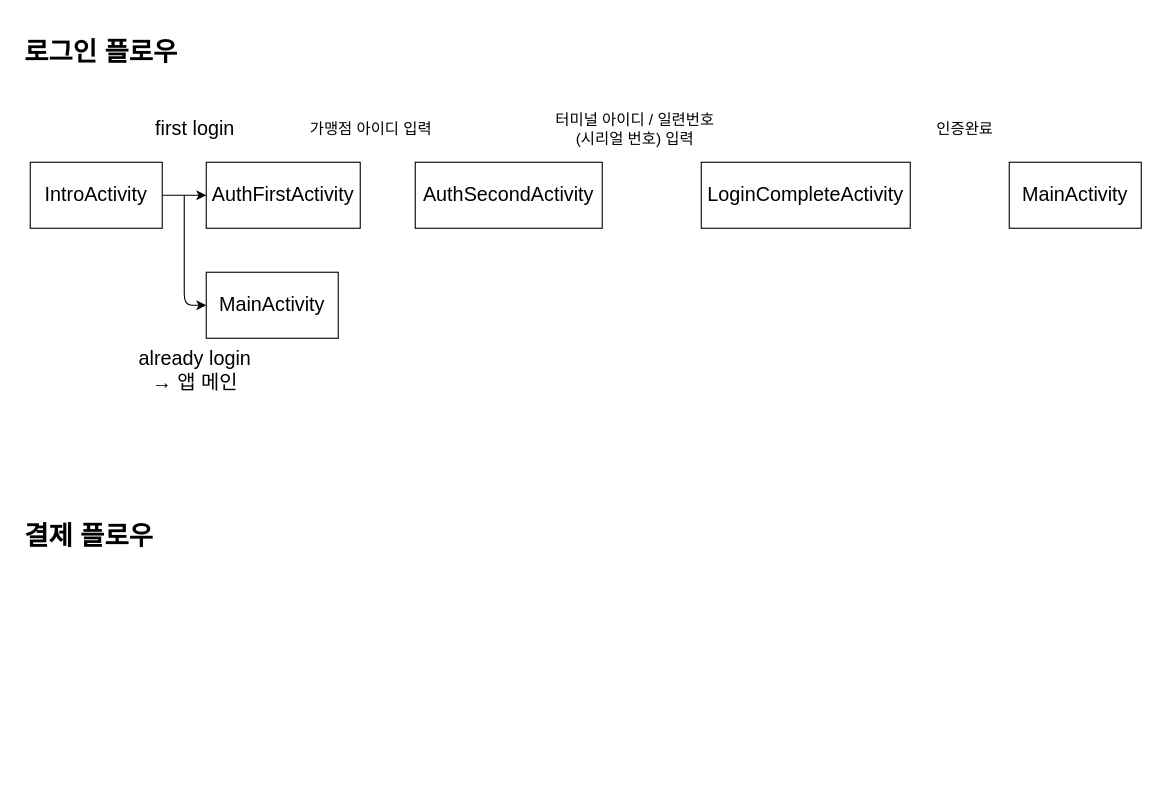
Earlier version of the draw.io diagram Draw/flow.drawio (alsoscope/TIL). Source tidied: cells renumbered, new cells numbered last; positions are measured from the earlier drawing's top-left corner, leaving out a move shared by most shapes. Both pictures are drawn from the tidied source at 110%, with x=0, y=0 at pixel (19, 30).
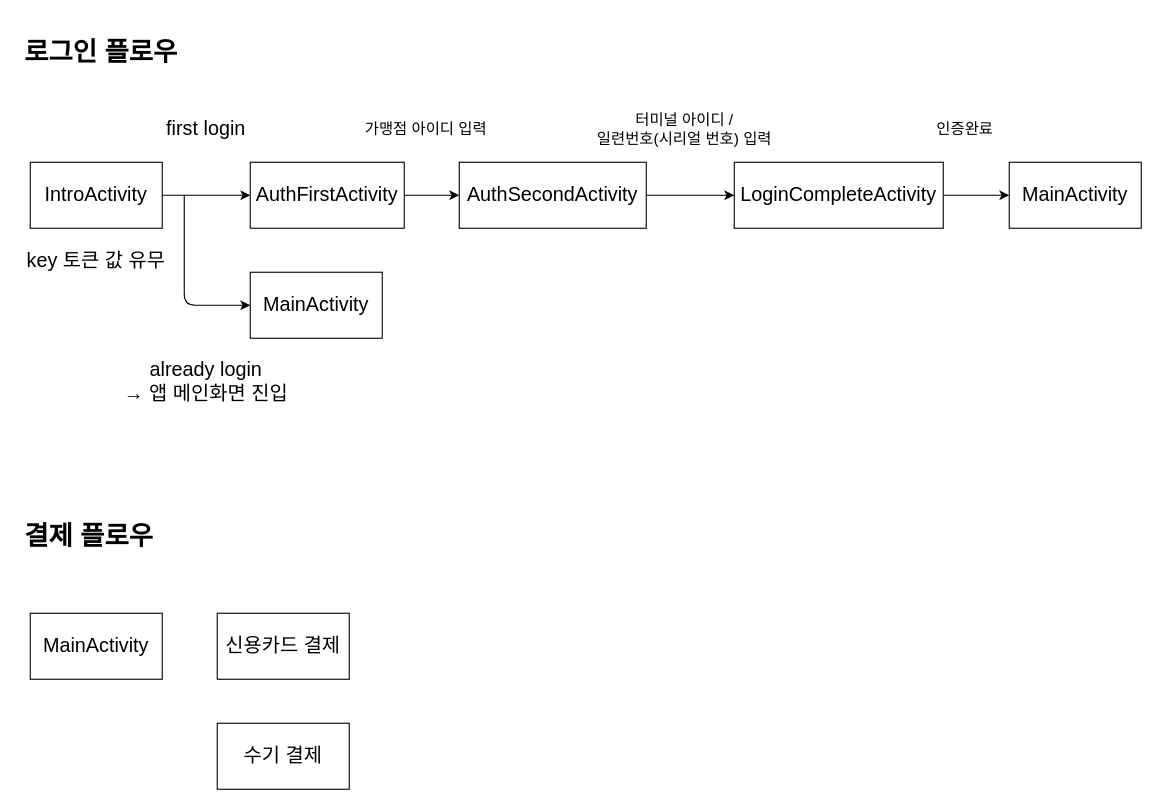
After the change.

Unchanged cells that the change refers to:
```xml
<mxCell id="16" value="&lt;font style=&quot;font-size: 18px&quot;&gt;MainActivity&lt;/font&gt;" style="rounded=0;whiteSpace=wrap;html=1;" parent="1" vertex="1">
  <mxGeometry x="900" y="120" width="120" height="60" as="geometry" />
</mxCell>
```

Change to the diagram source:
```diff
@@
+    <mxCell id="17" style="edgeStyle=orthogonalEdgeStyle;rounded=0;jettySize=auto;html=1;" parent="1" edge="1" source="4" target="11">
+      <mxGeometry relative="1" as="geometry" />
+    </mxCell>
     <mxCell id="4" value="&lt;font style=&quot;font-size: 18px&quot;&gt;AuthFirstActivity&lt;/font&gt;" style="rounded=0;whiteSpace=wrap;html=1;" parent="1" vertex="1">
-      <mxGeometry x="170" y="120" width="140" height="60" as="geometry" />
+      <mxGeometry x="210" y="120" width="140" height="60" as="geometry" />
     </mxCell>
     <mxCell id="5" value="&lt;font style=&quot;font-size: 18px&quot;&gt;MainActivity&lt;/font&gt;" style="rounded=0;whiteSpace=wrap;html=1;" parent="1" vertex="1">
-      <mxGeometry x="170" y="220" width="120" height="60" as="geometry" />
+      <mxGeometry x="210" y="220" width="120" height="60" as="geometry" />
     </mxCell>
@@
     <mxCell id="8" value="&lt;span style=&quot;font-size: 18px&quot;&gt;first login&lt;/span&gt;" style="text;html=1;strokeColor=none;fillColor=none;align=center;verticalAlign=middle;whiteSpace=wrap;rounded=0;" parent="1" vertex="1">
-      <mxGeometry x="90" y="70" width="140" height="40" as="geometry" />
+      <mxGeometry x="100" y="70" width="140" height="40" as="geometry" />
     </mxCell>
@@
-    <mxCell id="10" value="&lt;span style=&quot;font-size: 18px&quot;&gt;already login&lt;br&gt;→ 앱 메인&lt;br&gt;&lt;/span&gt;" style="text;html=1;strokeColor=none;fillColor=none;align=center;verticalAlign=middle;whiteSpace=wrap;rounded=0;" parent="1" vertex="1">
-      <mxGeometry x="90" y="290" width="140" height="40" as="geometry" />
+    <mxCell id="10" value="&lt;span style=&quot;font-size: 18px&quot;&gt;already login&lt;br&gt;→ 앱 메인화면 진입&lt;br&gt;&lt;/span&gt;" style="text;html=1;strokeColor=none;fillColor=none;align=center;verticalAlign=middle;whiteSpace=wrap;rounded=0;" parent="1" vertex="1">
+      <mxGeometry x="80" y="300" width="180" height="40" as="geometry" />
     </mxCell>
+    <mxCell id="18" style="edgeStyle=orthogonalEdgeStyle;rounded=0;jettySize=auto;html=1;" parent="1" edge="1" source="11" target="14">
+      <mxGeometry relative="1" as="geometry" />
+    </mxCell>
     <mxCell id="11" value="&lt;font style=&quot;font-size: 18px&quot;&gt;AuthSecondActivity&lt;/font&gt;" style="rounded=0;whiteSpace=wrap;html=1;" parent="1" vertex="1">
-      <mxGeometry x="360" y="120" width="170" height="60" as="geometry" />
+      <mxGeometry x="400" y="120" width="170" height="60" as="geometry" />
     </mxCell>
     <mxCell id="12" value="&lt;font style=&quot;font-size: 14px&quot;&gt;가맹점 아이디 입력&lt;/font&gt;" style="text;html=1;strokeColor=none;fillColor=none;align=center;verticalAlign=middle;whiteSpace=wrap;rounded=0;" parent="1" vertex="1">
-      <mxGeometry x="250" y="70" width="140" height="40" as="geometry" />
+      <mxGeometry x="300" y="70" width="140" height="40" as="geometry" />
     </mxCell>
-    <mxCell id="13" value="&lt;font style=&quot;font-size: 14px&quot;&gt;터미널 아이디 / 일련번호(시리얼 번호) 입력&lt;/font&gt;" style="text;html=1;strokeColor=none;fillColor=none;align=center;verticalAlign=middle;whiteSpace=wrap;rounded=0;" parent="1" vertex="1">
-      <mxGeometry x="480" y="70" width="160" height="40" as="geometry" />
+    <mxCell id="13" value="&lt;font style=&quot;font-size: 14px&quot;&gt;터미널 아이디 / &lt;br&gt;일련번호(시리얼 번호) 입력&lt;/font&gt;" style="text;html=1;strokeColor=none;fillColor=none;align=center;verticalAlign=middle;whiteSpace=wrap;rounded=0;" parent="1" vertex="1">
+      <mxGeometry x="510" y="70" width="190" height="40" as="geometry" />
     </mxCell>
+    <mxCell id="19" style="edgeStyle=orthogonalEdgeStyle;rounded=0;jettySize=auto;html=1;" parent="1" edge="1" source="14" target="16">
+      <mxGeometry relative="1" as="geometry" />
+    </mxCell>
     <mxCell id="14" value="&lt;font style=&quot;font-size: 18px&quot;&gt;LoginCompleteActivity&lt;/font&gt;" style="rounded=0;whiteSpace=wrap;html=1;" parent="1" vertex="1">
-      <mxGeometry x="620" y="120" width="190" height="60" as="geometry" />
+      <mxGeometry x="650" y="120" width="190" height="60" as="geometry" />
     </mxCell>
@@
+    <mxCell id="20" value="&lt;font style=&quot;font-size: 18px&quot;&gt;MainActivity&lt;/font&gt;" style="rounded=0;whiteSpace=wrap;html=1;" parent="1" vertex="1">
+      <mxGeometry x="10" y="530" width="120" height="60" as="geometry" />
+    </mxCell>
+    <mxCell id="21" value="&lt;font style=&quot;font-size: 18px&quot;&gt;신용카드 결제&lt;/font&gt;" style="rounded=0;whiteSpace=wrap;html=1;" parent="1" vertex="1">
+      <mxGeometry x="180" y="530" width="120" height="60" as="geometry" />
+    </mxCell>
+    <mxCell id="22" value="&lt;font style=&quot;font-size: 18px&quot;&gt;수기 결제&lt;/font&gt;" style="rounded=0;whiteSpace=wrap;html=1;" parent="1" vertex="1">
+      <mxGeometry x="180" y="630" width="120" height="60" as="geometry" />
+    </mxCell>
+    <mxCell id="23" value="&lt;span style=&quot;font-size: 18px&quot;&gt;key 토큰 값 유무&lt;/span&gt;" style="text;html=1;strokeColor=none;fillColor=none;align=center;verticalAlign=middle;whiteSpace=wrap;rounded=0;" parent="1" vertex="1">
+      <mxGeometry y="190" width="140" height="40" as="geometry" />
+    </mxCell>
```
